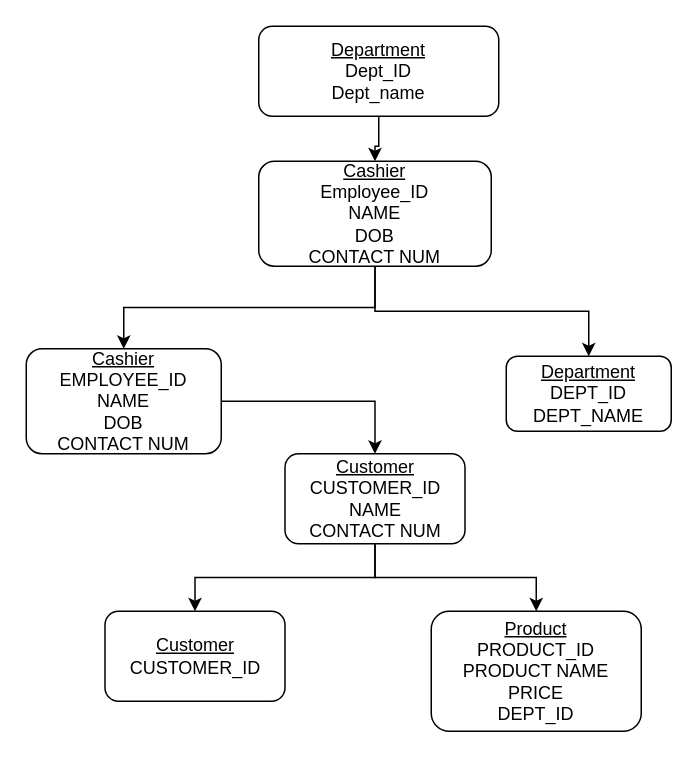
The draw.io diagram MSA.drawio in Stepucc210/Stepucc210-Small-Stephaun-PythonCode-ITT103-S2022, before the edit. Source tidied: cells renumbered, new cells numbered last; positions are measured from the earlier drawing's top-left corner, leaving out a move shared by most shapes. Both pictures are drawn from the tidied source at 150%, with x=0, y=0 at pixel (26, 26).
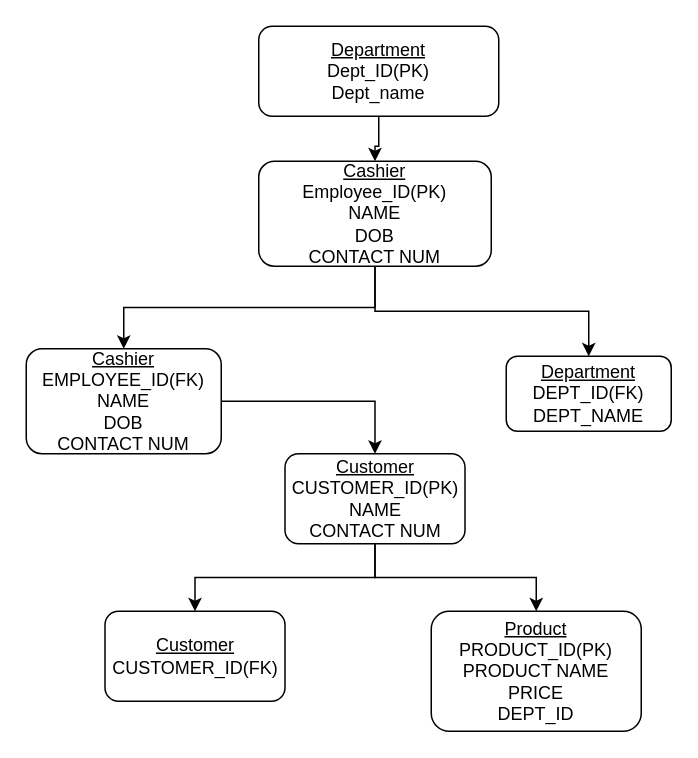
After the change.

The edit, as a diff of the source:
```diff
@@
 <mxGraphModel>
   <root>
     <mxCell id="0" />
     <mxCell id="1" parent="0" />
     <mxCell id="2" style="edgeStyle=orthogonalEdgeStyle;rounded=0;jettySize=auto;html=1;entryX=0.5;entryY=0;entryDx=0;entryDy=0;" parent="1" edge="1" source="3" target="6">
       <mxGeometry relative="1" as="geometry" />
     </mxCell>
-    <mxCell id="3" value="&lt;u&gt;Department&lt;/u&gt;&lt;br&gt;Dept_ID&lt;br&gt;Dept_name" style="rounded=1;whiteSpace=wrap;html=1;" parent="1" vertex="1">
+    <mxCell id="3" value="&lt;u&gt;Department&lt;/u&gt;&lt;br&gt;Dept_ID(PK)&lt;br&gt;Dept_name" style="rounded=1;whiteSpace=wrap;html=1;" parent="1" vertex="1">
       <mxGeometry x="155" width="160" height="60" as="geometry" />
     </mxCell>
     <mxCell id="4" style="edgeStyle=orthogonalEdgeStyle;rounded=0;jettySize=auto;html=1;entryX=0.5;entryY=0;entryDx=0;entryDy=0;exitX=0.5;exitY=1;exitDx=0;exitDy=0;" parent="1" edge="1" source="6" target="8">
       <mxGeometry relative="1" as="geometry" />
     </mxCell>
     <mxCell id="5" style="edgeStyle=orthogonalEdgeStyle;rounded=0;jettySize=auto;html=1;entryX=0.5;entryY=0;entryDx=0;entryDy=0;exitX=0.5;exitY=1;exitDx=0;exitDy=0;" parent="1" edge="1" source="6" target="9">
       <mxGeometry relative="1" as="geometry">
         <Array as="points">
           <mxPoint x="233" y="190" />
           <mxPoint x="375" y="190" />
         </Array>
       </mxGeometry>
     </mxCell>
-    <mxCell id="6" value="&lt;u&gt;Cashier&lt;/u&gt;&lt;br&gt;Employee_ID&lt;br&gt;NAME&lt;br&gt;DOB&lt;br&gt;CONTACT NUM" style="rounded=1;whiteSpace=wrap;html=1;" parent="1" vertex="1">
+    <mxCell id="6" value="&lt;u&gt;Cashier&lt;/u&gt;&lt;br&gt;Employee_ID(PK)&lt;br&gt;NAME&lt;br&gt;DOB&lt;br&gt;CONTACT NUM" style="rounded=1;whiteSpace=wrap;html=1;" parent="1" vertex="1">
       <mxGeometry x="155" y="90" width="155" height="70" as="geometry" />
     </mxCell>
     <mxCell id="7" style="edgeStyle=orthogonalEdgeStyle;rounded=0;jettySize=auto;html=1;entryX=0.5;entryY=0;entryDx=0;entryDy=0;" parent="1" edge="1" source="8" target="12">
       <mxGeometry relative="1" as="geometry" />
     </mxCell>
-    <mxCell id="8" value="&lt;u&gt;Cashier&lt;/u&gt;&lt;br&gt;EMPLOYEE_ID&lt;br&gt;NAME&lt;br&gt;DOB&lt;br&gt;CONTACT NUM" style="rounded=1;whiteSpace=wrap;html=1;" parent="1" vertex="1">
+    <mxCell id="8" value="&lt;u&gt;Cashier&lt;/u&gt;&lt;br&gt;EMPLOYEE_ID(FK)&lt;br&gt;NAME&lt;br&gt;DOB&lt;br&gt;CONTACT NUM" style="rounded=1;whiteSpace=wrap;html=1;" parent="1" vertex="1">
       <mxGeometry y="215" width="130" height="70" as="geometry" />
     </mxCell>
-    <mxCell id="9" value="&lt;u&gt;Department&lt;br&gt;&lt;/u&gt;DEPT_ID&lt;br&gt;DEPT_NAME" style="rounded=1;whiteSpace=wrap;html=1;" parent="1" vertex="1">
+    <mxCell id="9" value="&lt;u&gt;Department&lt;br&gt;&lt;/u&gt;DEPT_ID(FK)&lt;br&gt;DEPT_NAME" style="rounded=1;whiteSpace=wrap;html=1;" parent="1" vertex="1">
       <mxGeometry x="320" y="220" width="110" height="50" as="geometry" />
     </mxCell>
     <mxCell id="10" style="edgeStyle=orthogonalEdgeStyle;rounded=0;jettySize=auto;html=1;entryX=0.5;entryY=0;entryDx=0;entryDy=0;" parent="1" edge="1" source="12" target="13">
       <mxGeometry relative="1" as="geometry" />
     </mxCell>
     <mxCell id="11" style="edgeStyle=orthogonalEdgeStyle;rounded=0;jettySize=auto;html=1;entryX=0.5;entryY=0;entryDx=0;entryDy=0;" parent="1" edge="1" source="12" target="14">
       <mxGeometry relative="1" as="geometry" />
     </mxCell>
-    <mxCell id="12" value="&lt;u&gt;Customer&lt;br&gt;&lt;/u&gt;CUSTOMER_ID&lt;br&gt;NAME&lt;br&gt;CONTACT NUM" style="rounded=1;whiteSpace=wrap;html=1;" parent="1" vertex="1">
+    <mxCell id="12" value="&lt;u&gt;Customer&lt;br&gt;&lt;/u&gt;CUSTOMER_ID(PK)&lt;br&gt;NAME&lt;br&gt;CONTACT NUM" style="rounded=1;whiteSpace=wrap;html=1;" parent="1" vertex="1">
       <mxGeometry x="172.5" y="285" width="120" height="60" as="geometry" />
     </mxCell>
-    <mxCell id="13" value="&lt;u&gt;Customer&lt;/u&gt;&lt;br&gt;CUSTOMER_ID" style="rounded=1;whiteSpace=wrap;html=1;" parent="1" vertex="1">
+    <mxCell id="13" value="&lt;u&gt;Customer&lt;/u&gt;&lt;br&gt;CUSTOMER_ID(FK)" style="rounded=1;whiteSpace=wrap;html=1;" parent="1" vertex="1">
       <mxGeometry x="52.5" y="390" width="120" height="60" as="geometry" />
     </mxCell>
-    <mxCell id="14" value="&lt;u&gt;Product&lt;/u&gt;&lt;br&gt;PRODUCT_ID&lt;br&gt;PRODUCT NAME&lt;br&gt;PRICE&lt;br&gt;DEPT_ID" style="rounded=1;whiteSpace=wrap;html=1;" parent="1" vertex="1">
+    <mxCell id="14" value="&lt;u&gt;Product&lt;/u&gt;&lt;br&gt;PRODUCT_ID(PK)&lt;br&gt;PRODUCT NAME&lt;br&gt;PRICE&lt;br&gt;DEPT_ID" style="rounded=1;whiteSpace=wrap;html=1;" parent="1" vertex="1">
       <mxGeometry x="270" y="390" width="140" height="80" as="geometry" />
     </mxCell>
   </root>
 </mxGraphModel>
```
